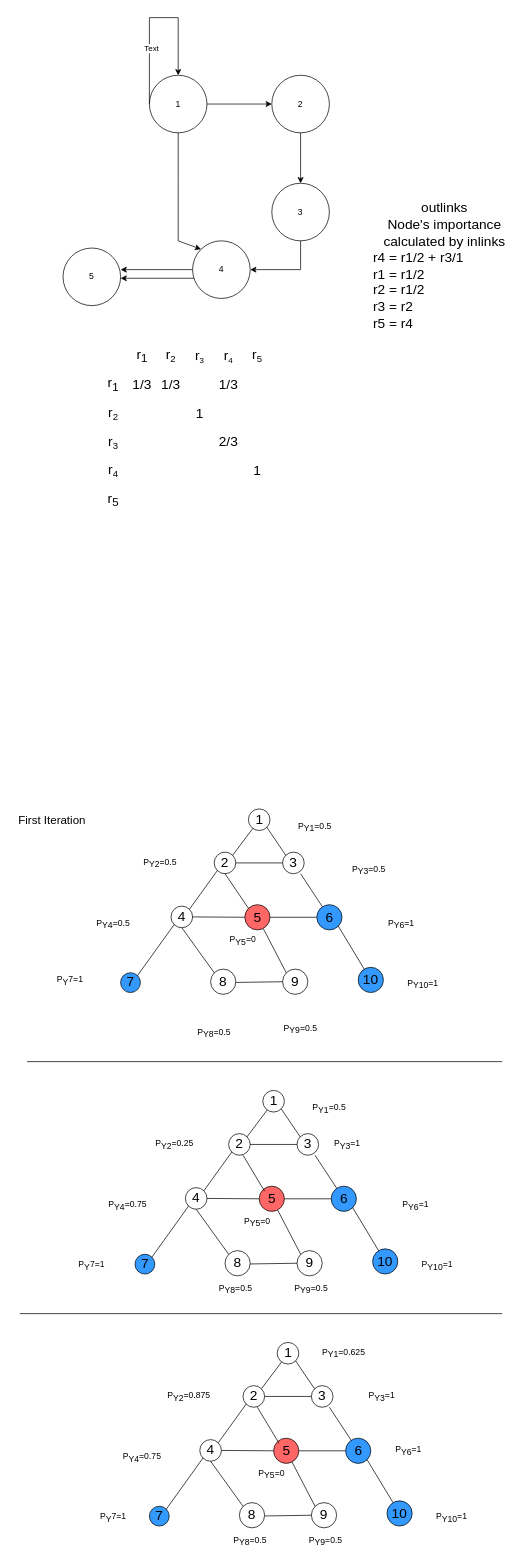
Before: cs224w_hw1.drawio in rajdeepd/draw_io, a draw.io diagram. Source tidied: cells renumbered, new cells numbered last; positions are measured from the earlier drawing's top-left corner, leaving out a move shared by most shapes. Both pictures are drawn from the tidied source at 72%, with x=0, y=0 at pixel (12, 17).
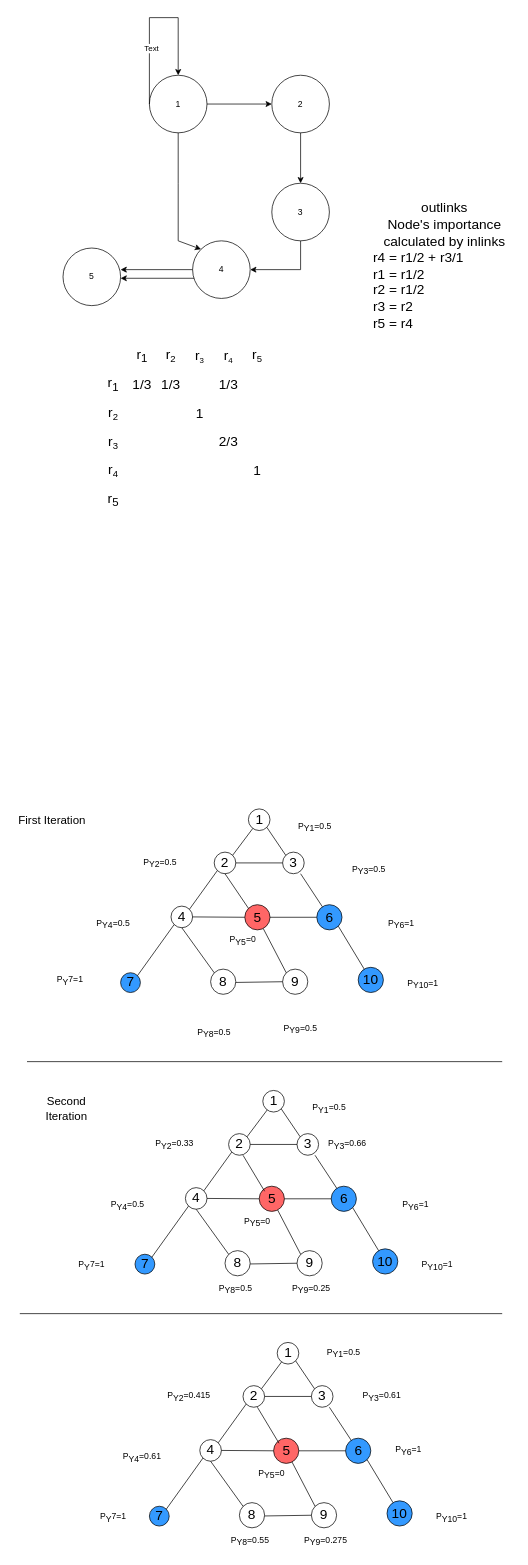
After the change.

Diff of the diagram source:
```diff
@@
-    <mxCell id="68" value="P&lt;sub style=&quot;font-size: 12px;&quot;&gt;Y9&lt;/sub&gt;=0.5" style="text;html=1;strokeColor=none;fillColor=none;align=center;verticalAlign=middle;whiteSpace=wrap;rounded=0;fontSize=12;" parent="1" vertex="1">
+    <mxCell id="68" value="P&lt;sub style=&quot;font-size: 12px;&quot;&gt;Y9&lt;/sub&gt;=0.25" style="text;html=1;strokeColor=none;fillColor=none;align=center;verticalAlign=middle;whiteSpace=wrap;rounded=0;fontSize=12;" parent="1" vertex="1">
       <mxGeometry x="365" y="1751" width="100" height="30" as="geometry" />
     </mxCell>
@@
-    <mxCell id="83" value="P&lt;sub style=&quot;font-size: 12px;&quot;&gt;Y3&lt;/sub&gt;=1" style="text;html=1;strokeColor=none;fillColor=none;align=center;verticalAlign=middle;whiteSpace=wrap;rounded=0;fontSize=12;" parent="1" vertex="1">
+    <mxCell id="83" value="P&lt;sub style=&quot;font-size: 12px;&quot;&gt;Y3&lt;/sub&gt;=0.66" style="text;html=1;strokeColor=none;fillColor=none;align=center;verticalAlign=middle;whiteSpace=wrap;rounded=0;fontSize=12;" parent="1" vertex="1">
       <mxGeometry x="415" y="1550" width="100" height="30" as="geometry" />
     </mxCell>
-    <mxCell id="84" value="P&lt;sub style=&quot;font-size: 12px;&quot;&gt;Y2&lt;/sub&gt;=0.25" style="text;html=1;strokeColor=none;fillColor=none;align=center;verticalAlign=middle;whiteSpace=wrap;rounded=0;fontSize=12;" parent="1" vertex="1">
+    <mxCell id="84" value="P&lt;sub style=&quot;font-size: 12px;&quot;&gt;Y2&lt;/sub&gt;=0.33" style="text;html=1;strokeColor=none;fillColor=none;align=center;verticalAlign=middle;whiteSpace=wrap;rounded=0;fontSize=12;" parent="1" vertex="1">
       <mxGeometry x="175" y="1550" width="100" height="30" as="geometry" />
     </mxCell>
-    <mxCell id="85" value="P&lt;sub style=&quot;font-size: 12px;&quot;&gt;Y4&lt;/sub&gt;=0.75" style="text;html=1;strokeColor=none;fillColor=none;align=center;verticalAlign=middle;whiteSpace=wrap;rounded=0;fontSize=12;" parent="1" vertex="1">
+    <mxCell id="85" value="P&lt;sub style=&quot;font-size: 12px;&quot;&gt;Y4&lt;/sub&gt;=0.5" style="text;html=1;strokeColor=none;fillColor=none;align=center;verticalAlign=middle;whiteSpace=wrap;rounded=0;fontSize=12;" parent="1" vertex="1">
       <mxGeometry x="110" y="1635" width="100" height="30" as="geometry" />
     </mxCell>
@@
-    <mxCell id="100" value="P&lt;sub style=&quot;font-size: 12px;&quot;&gt;Y8&lt;/sub&gt;=0.5" style="text;html=1;strokeColor=none;fillColor=none;align=center;verticalAlign=middle;whiteSpace=wrap;rounded=0;fontSize=12;" parent="1" vertex="1">
+    <mxCell id="100" value="P&lt;sub style=&quot;font-size: 12px;&quot;&gt;Y8&lt;/sub&gt;=0.55" style="text;html=1;strokeColor=none;fillColor=none;align=center;verticalAlign=middle;whiteSpace=wrap;rounded=0;fontSize=12;" parent="1" vertex="1">
       <mxGeometry x="280" y="2101" width="100" height="30" as="geometry" />
     </mxCell>
-    <mxCell id="101" value="P&lt;sub style=&quot;font-size: 12px;&quot;&gt;Y9&lt;/sub&gt;=0.5" style="text;html=1;strokeColor=none;fillColor=none;align=center;verticalAlign=middle;whiteSpace=wrap;rounded=0;fontSize=12;" parent="1" vertex="1">
+    <mxCell id="101" value="P&lt;sub style=&quot;font-size: 12px;&quot;&gt;Y9&lt;/sub&gt;=0.275" style="text;html=1;strokeColor=none;fillColor=none;align=center;verticalAlign=middle;whiteSpace=wrap;rounded=0;fontSize=12;" parent="1" vertex="1">
       <mxGeometry x="385" y="2101" width="100" height="30" as="geometry" />
     </mxCell>
@@
-    <mxCell id="115" value="P&lt;sub style=&quot;font-size: 12px;&quot;&gt;Y1&lt;/sub&gt;=0.625" style="text;html=1;strokeColor=none;fillColor=none;align=center;verticalAlign=middle;whiteSpace=wrap;rounded=0;fontSize=12;" parent="1" vertex="1">
+    <mxCell id="115" value="P&lt;sub style=&quot;font-size: 12px;&quot;&gt;Y1&lt;/sub&gt;=0.5" style="text;html=1;strokeColor=none;fillColor=none;align=center;verticalAlign=middle;whiteSpace=wrap;rounded=0;fontSize=12;" parent="1" vertex="1">
       <mxGeometry x="410" y="1840" width="100" height="30" as="geometry" />
     </mxCell>
-    <mxCell id="116" value="P&lt;sub style=&quot;font-size: 12px;&quot;&gt;Y3&lt;/sub&gt;=1" style="text;html=1;strokeColor=none;fillColor=none;align=center;verticalAlign=middle;whiteSpace=wrap;rounded=0;fontSize=12;" parent="1" vertex="1">
+    <mxCell id="116" value="P&lt;sub style=&quot;font-size: 12px;&quot;&gt;Y3&lt;/sub&gt;=0.61" style="text;html=1;strokeColor=none;fillColor=none;align=center;verticalAlign=middle;whiteSpace=wrap;rounded=0;fontSize=12;" parent="1" vertex="1">
       <mxGeometry x="462.5" y="1900" width="100" height="30" as="geometry" />
     </mxCell>
-    <mxCell id="117" value="P&lt;sub style=&quot;font-size: 12px;&quot;&gt;Y2&lt;/sub&gt;=0.875" style="text;html=1;strokeColor=none;fillColor=none;align=center;verticalAlign=middle;whiteSpace=wrap;rounded=0;fontSize=12;" parent="1" vertex="1">
+    <mxCell id="117" value="P&lt;sub style=&quot;font-size: 12px;&quot;&gt;Y2&lt;/sub&gt;=0.415" style="text;html=1;strokeColor=none;fillColor=none;align=center;verticalAlign=middle;whiteSpace=wrap;rounded=0;fontSize=12;" parent="1" vertex="1">
       <mxGeometry x="195" y="1900" width="100" height="30" as="geometry" />
     </mxCell>
-    <mxCell id="118" value="P&lt;sub style=&quot;font-size: 12px;&quot;&gt;Y4&lt;/sub&gt;=0.75" style="text;html=1;strokeColor=none;fillColor=none;align=center;verticalAlign=middle;whiteSpace=wrap;rounded=0;fontSize=12;" parent="1" vertex="1">
+    <mxCell id="118" value="P&lt;sub style=&quot;font-size: 12px;&quot;&gt;Y4&lt;/sub&gt;=0.61" style="text;html=1;strokeColor=none;fillColor=none;align=center;verticalAlign=middle;whiteSpace=wrap;rounded=0;fontSize=12;" parent="1" vertex="1">
       <mxGeometry x="130" y="1985" width="100" height="30" as="geometry" />
     </mxCell>
@@
+    <mxCell id="134" value="Second Iteration" style="text;html=1;strokeColor=none;fillColor=none;align=center;verticalAlign=middle;whiteSpace=wrap;rounded=0;fontSize=16;" parent="1" vertex="1">
+      <mxGeometry x="20" y="1500" width="110" height="30" as="geometry" />
+    </mxCell>
```
